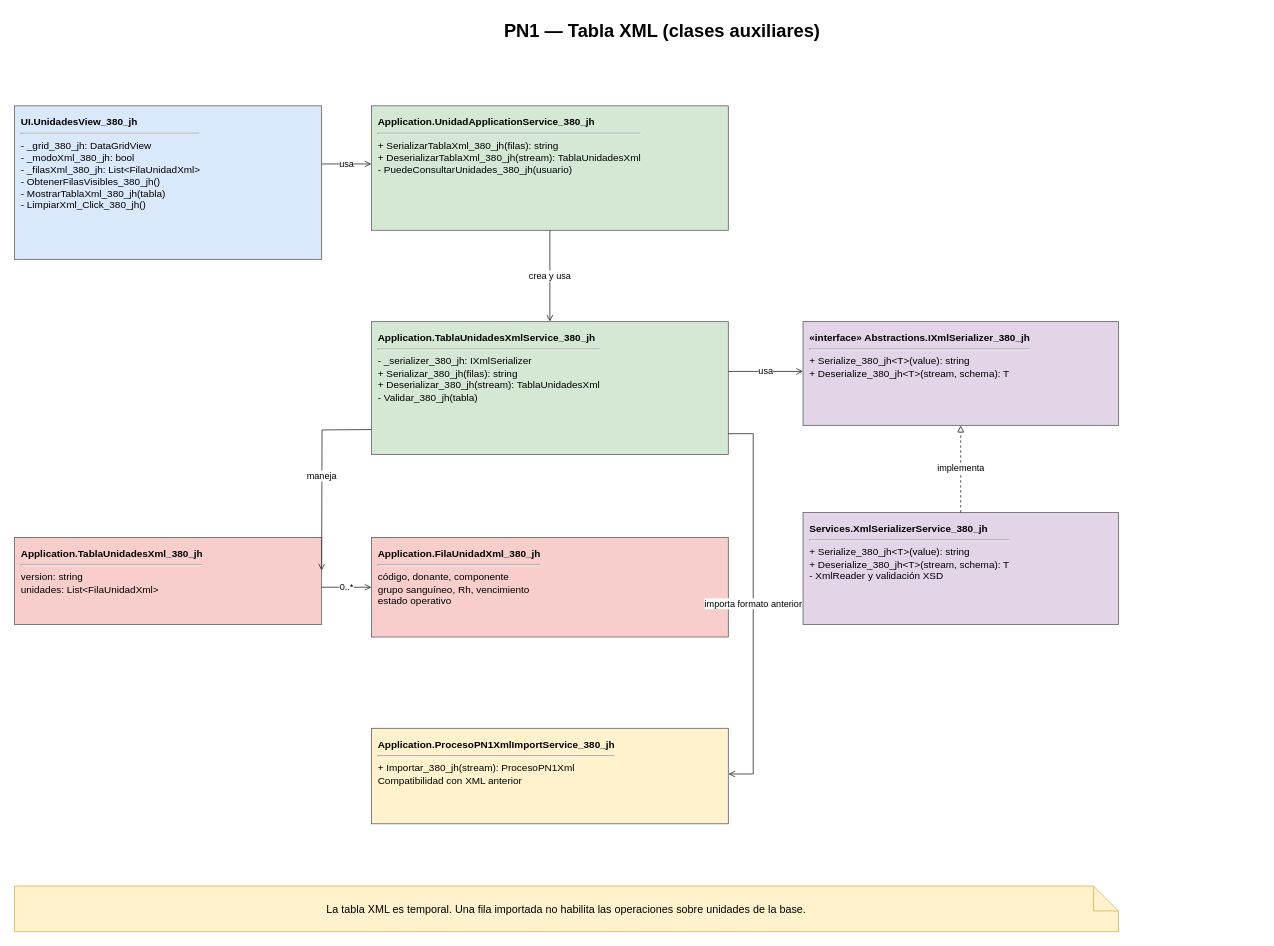
This is Diagramas/Diagramas de clases/PN1 - XML auxiliar - Clases.drawio from juanNH/Ingenieria-de-Software, a draw.io file, before an edit. Source tidied: cells renumbered, new cells numbered last; positions are measured from the earlier drawing's top-left corner, leaving out a move shared by most shapes. Both pictures are drawn from the tidied source at 83%, with x=0, y=0 at pixel (14, 14).
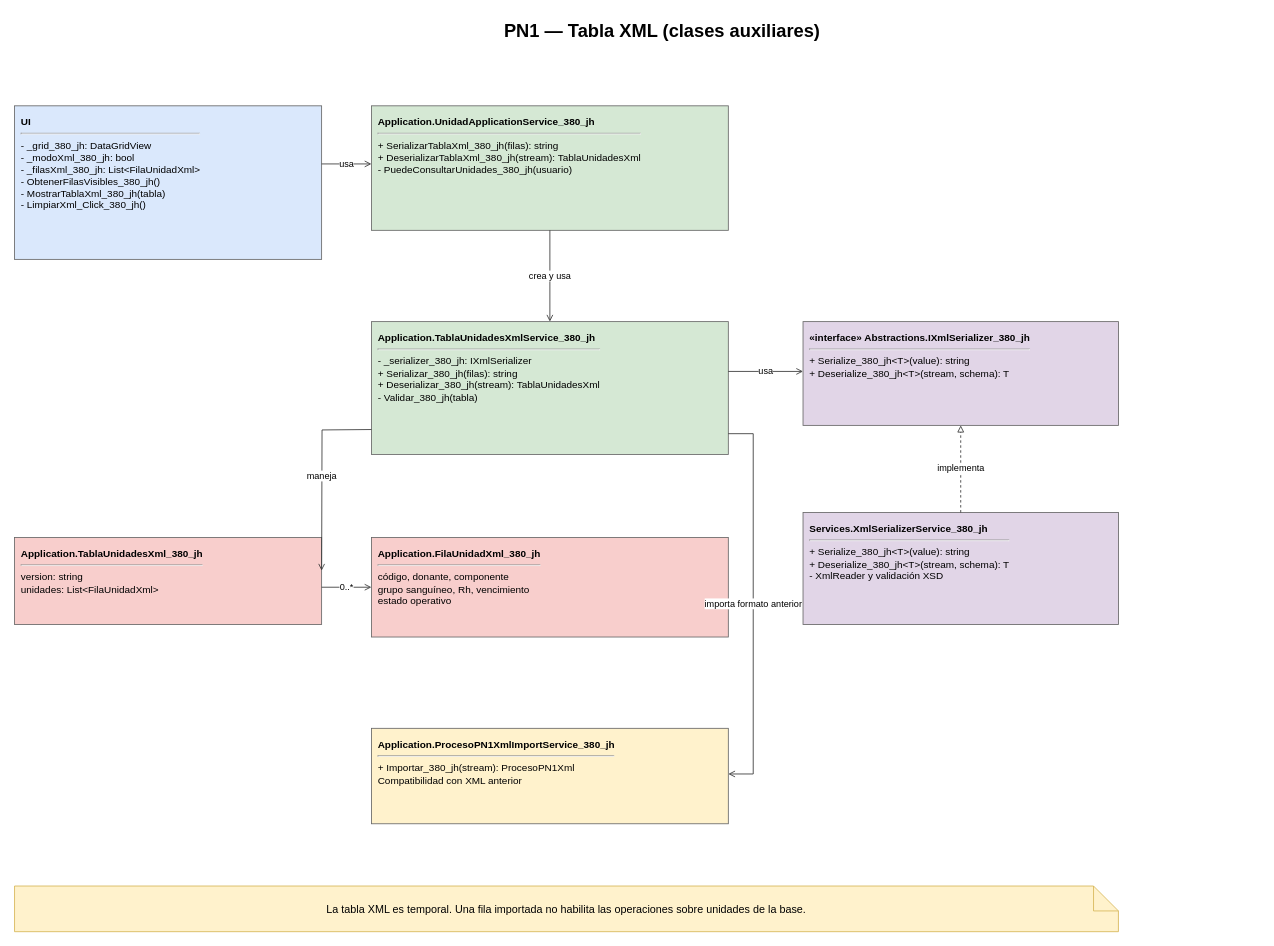
The same page after the edit.

What changed in the source:
```diff
@@
-    <mxCell id="3" value="&lt;b&gt;UI.UnidadesView_380_jh&lt;/b&gt;&lt;hr&gt;- _grid_380_jh: DataGridView&lt;br&gt;- _modoXml_380_jh: bool&lt;br&gt;- _filasXml_380_jh: List&amp;lt;FilaUnidadXml&amp;gt;&lt;br&gt;- ObtenerFilasVisibles_380_jh()&lt;br&gt;- MostrarTablaXml_380_jh(tabla)&lt;br&gt;- LimpiarXml_Click_380_jh()" style="rounded=0;whiteSpace=wrap;html=1;fillColor=#dae8fc;strokeColor=#666666;fontSize=12;align=left;verticalAlign=top;spacing=8;" parent="1" vertex="1">
+    <mxCell id="3" value="&lt;b&gt;UI&lt;/b&gt;&lt;hr&gt;- _grid_380_jh: DataGridView&lt;br&gt;- _modoXml_380_jh: bool&lt;br&gt;- _filasXml_380_jh: List&amp;lt;FilaUnidadXml&amp;gt;&lt;br&gt;- ObtenerFilasVisibles_380_jh()&lt;br&gt;- MostrarTablaXml_380_jh(tabla)&lt;br&gt;- LimpiarXml_Click_380_jh()" style="rounded=0;whiteSpace=wrap;html=1;fillColor=#dae8fc;strokeColor=#666666;fontSize=12;align=left;verticalAlign=top;spacing=8;" parent="1" vertex="1">
       <mxGeometry y="110" width="370" height="185" as="geometry" />
     </mxCell>
```
